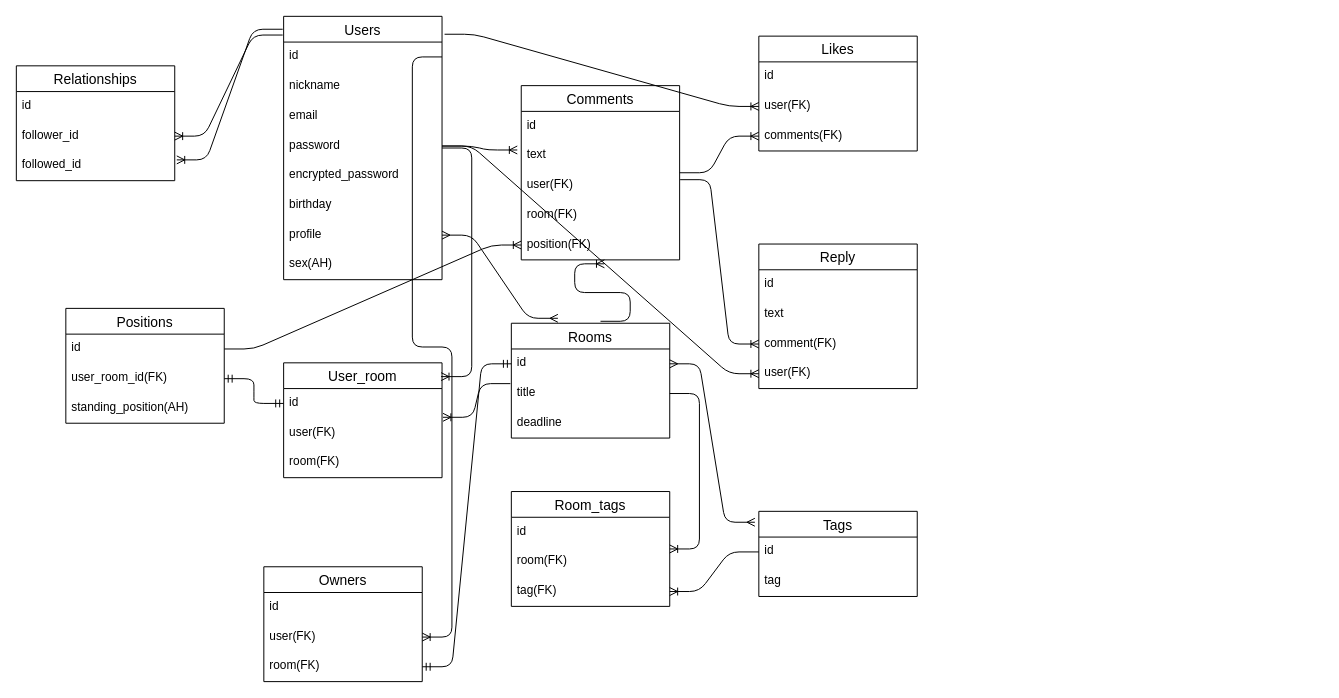
The draw.io diagram ER図.dio in harukicode0/discussion_app_2022, before the edit. Source tidied: cells renumbered, new cells numbered last; positions are measured from the earlier drawing's top-left corner, leaving out a move shared by most shapes. Both pictures are drawn from the tidied source at 99%, with x=0, y=0 at pixel (16, 16).
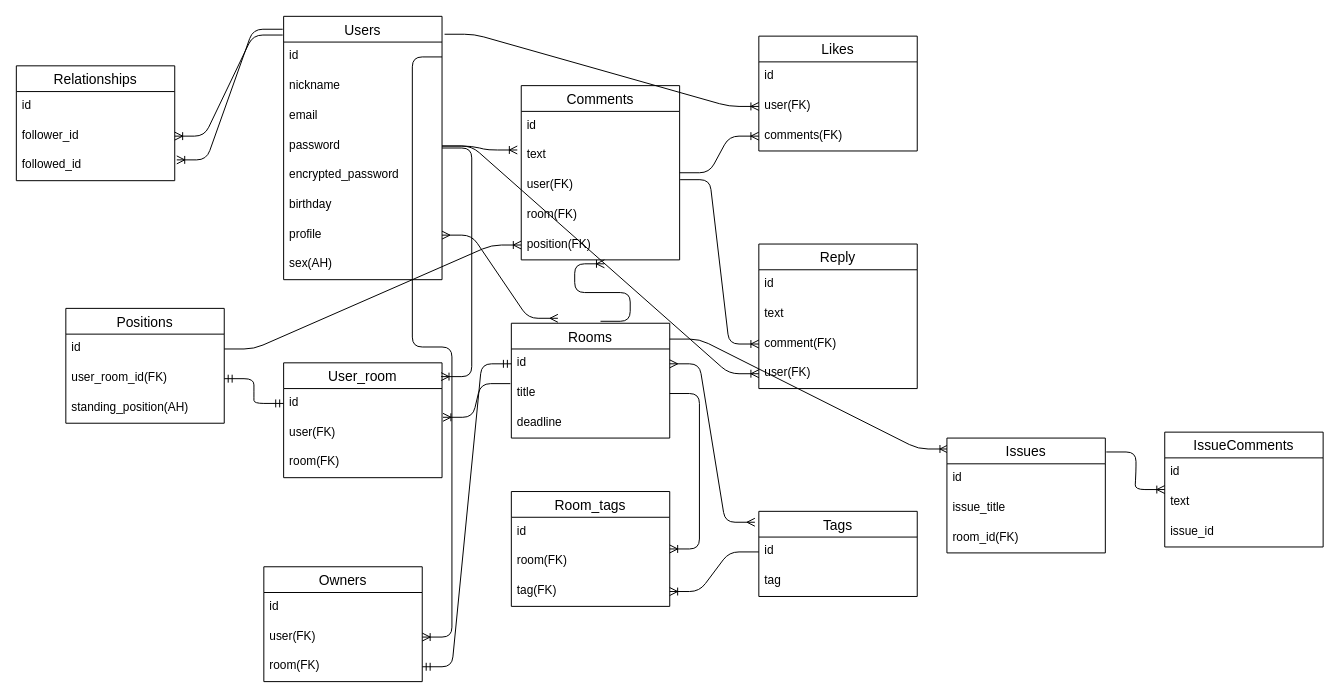
After the change.

Commit message (it also covers changes not shown here):
テーブル設計

The change refers to these unchanged cells:
```xml
<mxCell id="11" value="Rooms" style="swimlane;fontStyle=0;horizontal=1;startSize=26;align=center;fontSize=14;" parent="1" vertex="1">
  <mxGeometry x="500" y="310" width="160" height="116" as="geometry" />
</mxCell>
```

Change to the diagram source:
```diff
@@
+    <mxCell id="71" style="edgeStyle=entityRelationEdgeStyle;fontSize=12;html=1;endArrow=ERoneToMany;exitX=1;exitY=0.138;exitDx=0;exitDy=0;exitPerimeter=0;entryX=0.006;entryY=0.095;entryDx=0;entryDy=0;entryPerimeter=0;" parent="1" edge="1" source="11" target="72">
+      <mxGeometry relative="1" as="geometry" />
+    </mxCell>
+    <mxCell id="72" value="Issues" style="swimlane;fontStyle=0;horizontal=1;startSize=26;align=center;fontSize=14;" parent="1" vertex="1">
+      <mxGeometry x="940" y="426" width="160" height="116" as="geometry" />
+    </mxCell>
+    <mxCell id="73" value="id" style="text;strokeColor=none;fillColor=none;spacingLeft=4;spacingRight=4;overflow=hidden;fontSize=12;" parent="72" vertex="1">
+      <mxGeometry y="26" width="160" height="30" as="geometry" />
+    </mxCell>
+    <mxCell id="74" value="issue_title" style="text;strokeColor=none;fillColor=none;spacingLeft=4;spacingRight=4;overflow=hidden;fontSize=12;" parent="72" vertex="1">
+      <mxGeometry y="56" width="160" height="30" as="geometry" />
+    </mxCell>
+    <mxCell id="75" value="room_id(FK)" style="text;strokeColor=none;fillColor=none;spacingLeft=4;spacingRight=4;overflow=hidden;fontSize=12;" parent="72" vertex="1">
+      <mxGeometry y="86" width="160" height="30" as="geometry" />
+    </mxCell>
+    <mxCell id="76" style="edgeStyle=entityRelationEdgeStyle;fontSize=12;html=1;endArrow=ERoneToMany;exitX=1.006;exitY=0.121;exitDx=0;exitDy=0;exitPerimeter=0;" parent="1" edge="1" source="72" target="77">
+      <mxGeometry relative="1" as="geometry" />
+    </mxCell>
+    <mxCell id="77" value="IssueComments" style="swimlane;fontStyle=0;horizontal=1;startSize=26;align=center;fontSize=14;" parent="1" vertex="1">
+      <mxGeometry x="1160" y="420" width="160" height="116" as="geometry" />
+    </mxCell>
+    <mxCell id="78" value="id" style="text;strokeColor=none;fillColor=none;spacingLeft=4;spacingRight=4;overflow=hidden;fontSize=12;" parent="77" vertex="1">
+      <mxGeometry y="26" width="160" height="30" as="geometry" />
+    </mxCell>
+    <mxCell id="79" value="text" style="text;strokeColor=none;fillColor=none;spacingLeft=4;spacingRight=4;overflow=hidden;fontSize=12;" parent="77" vertex="1">
+      <mxGeometry y="56" width="160" height="30" as="geometry" />
+    </mxCell>
+    <mxCell id="80" value="issue_id" style="text;strokeColor=none;fillColor=none;spacingLeft=4;spacingRight=4;overflow=hidden;fontSize=12;" parent="77" vertex="1">
+      <mxGeometry y="86" width="160" height="30" as="geometry" />
+    </mxCell>
```
